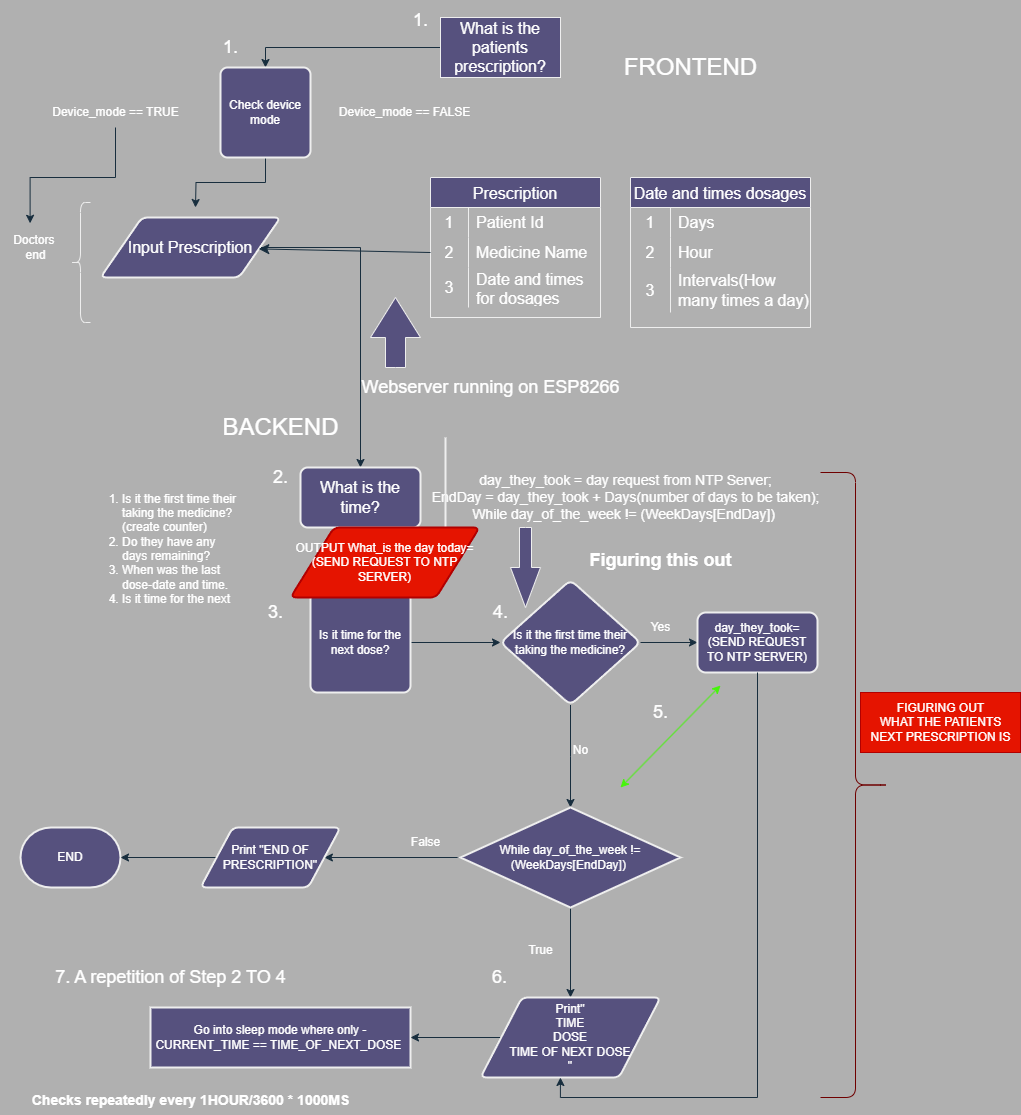
Iann-urus/Med-Assistant keeps this draw.io diagram as Prescription.png. Above is the earlier version. Source tidied: cells renumbered, new cells last; positions are measured from the earlier drawing's top-left corner, leaving out a move shared by most shapes.
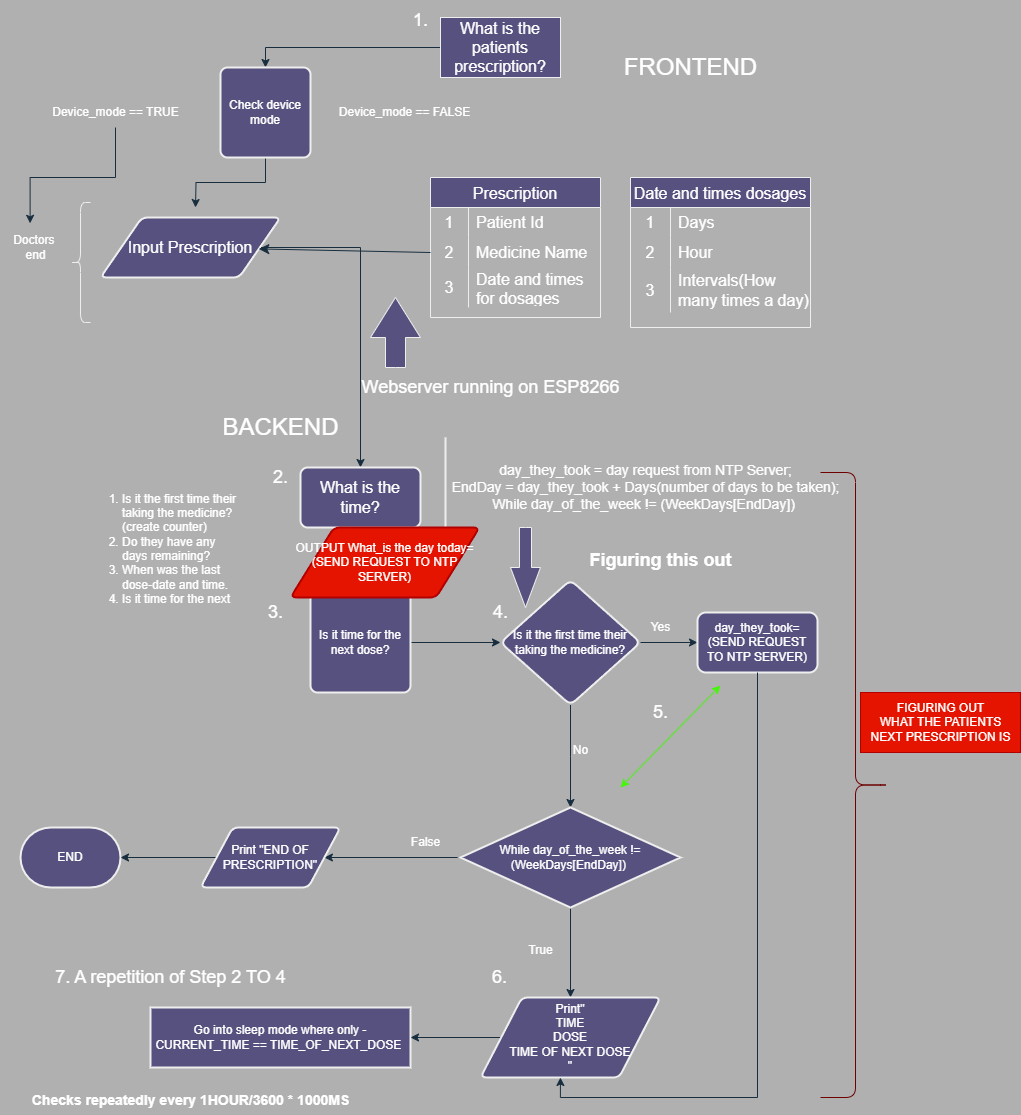
The same diagram one commit later.

Change to the diagram source:
```diff
@@ -157,7 +157,7 @@
       <mxGeometry x="460" y="807" width="220" height="100" as="geometry" />
     </mxCell>
     <mxCell id="52" value="&lt;font style=&quot;font-size: 14px;&quot;&gt;day_they_took = day request from NTP Server;&lt;br&gt;EndDay = day_they_took + Days(number of days to be taken);&lt;br&gt;While day_of_the_week != (WeekDays[EndDay])&amp;nbsp;&lt;/font&gt;" style="text;html=1;align=center;verticalAlign=middle;strokeColor=none;fillColor=none;labelBackgroundColor=none;fontColor=#FFFFFF;" parent="1" vertex="1">
-      <mxGeometry x="420" y="467" width="410" height="60" as="geometry" />
+      <mxGeometry x="440" y="457" width="410" height="60" as="geometry" />
     </mxCell>
     <mxCell id="53" style="line;strokeWidth=2;direction=south;html=1;labelBackgroundColor=none;fillColor=#56517E;strokeColor=#EEEEEE;fontColor=#FFFFFF;" parent="1" vertex="1">
       <mxGeometry x="440" y="437" width="10" height="120" as="geometry" />
@@ -204,9 +204,6 @@
     <mxCell id="67" value="&lt;font style=&quot;font-size: 18px;&quot;&gt;2.&lt;/font&gt;" style="text;html=1;align=center;verticalAlign=middle;strokeColor=none;fillColor=none;fontColor=#FFFFFF;" parent="1" vertex="1">
       <mxGeometry x="260" y="457" width="40" height="40" as="geometry" />
     </mxCell>
-    <mxCell id="68" value="&lt;font style=&quot;font-size: 18px;&quot;&gt;1.&lt;/font&gt;" style="text;html=1;align=center;verticalAlign=middle;strokeColor=none;fillColor=none;fontColor=#FFFFFF;" parent="1" vertex="1">
-      <mxGeometry x="210" y="27" width="40" height="40" as="geometry" />
-    </mxCell>
     <mxCell id="69" style="shape=curlyBracket;whiteSpace=wrap;html=1;rounded=1;flipH=1;labelPosition=right;verticalLabelPosition=middle;align=left;verticalAlign=middle;strokeColor=#6F0000;fontColor=#ffffff;fillColor=#a20025;size=0.5;" parent="1" vertex="1">
       <mxGeometry x="820" y="472" width="70" height="625" as="geometry" />
     </mxCell>
```
